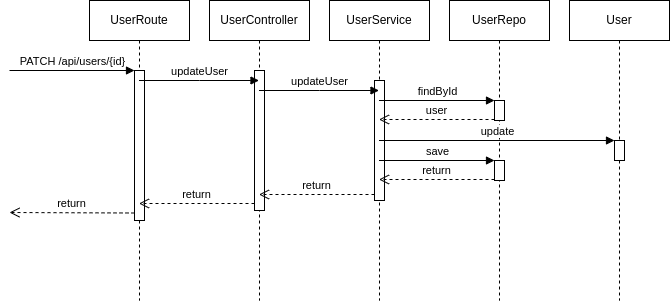
rpeir/LAPR5 keeps this draw.io diagram as wiki/diagramas/SprintC/nivel3/ChangeUserDataNVL3_BE.png. Above is the earlier version. Source tidied: cells renumbered, new cells last; positions are measured from the earlier drawing's top-left corner, leaving out a move shared by most shapes.
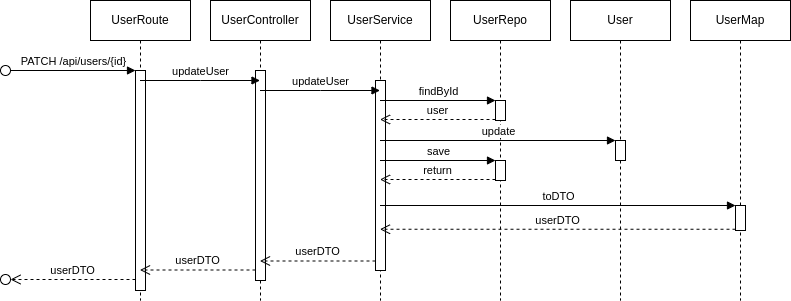
The same diagram one commit later.

What changed in the source:
```diff
@@ -1,4 +1,4 @@
-<mxGraphModel>
+<mxGraphModel background="#ffffff">
   <root>
     <mxCell id="0" />
     <mxCell id="1" parent="0" />
@@ -6,23 +6,23 @@
       <mxGeometry x="80" width="100" height="300" as="geometry" />
     </mxCell>
     <mxCell id="3" style="html=1;points=[];perimeter=orthogonalPerimeter;" parent="2" vertex="1">
-      <mxGeometry x="45" y="70" width="10" height="150" as="geometry" />
+      <mxGeometry x="45" y="70" width="10" height="220" as="geometry" />
     </mxCell>
     <mxCell id="4" value="PATCH /api/users/{id}" style="html=1;verticalAlign=bottom;endArrow=block;entryX=0;entryY=0;rounded=0;" parent="2" edge="1" target="3">
       <mxGeometry relative="1" as="geometry">
         <mxPoint x="-80" y="70" as="sourcePoint" />
       </mxGeometry>
     </mxCell>
-    <mxCell id="5" value="return" style="html=1;verticalAlign=bottom;endArrow=open;dashed=1;endSize=8;exitX=0;exitY=0.95;rounded=0;" parent="2" edge="1" source="3">
+    <mxCell id="5" value="userDTO" style="html=1;verticalAlign=bottom;endArrow=open;dashed=1;endSize=8;exitX=0;exitY=0.95;rounded=0;" parent="2" edge="1" source="3">
       <mxGeometry relative="1" as="geometry">
-        <mxPoint x="-80" y="212" as="targetPoint" />
+        <mxPoint x="-80" y="279" as="targetPoint" />
       </mxGeometry>
     </mxCell>
     <mxCell id="6" value="UserController" style="shape=umlLifeline;perimeter=lifelinePerimeter;whiteSpace=wrap;html=1;outlineConnect=0;" parent="1" vertex="1">
       <mxGeometry x="200" width="100" height="300" as="geometry" />
     </mxCell>
     <mxCell id="7" style="html=1;points=[];perimeter=orthogonalPerimeter;" parent="6" vertex="1">
-      <mxGeometry x="45" y="70" width="10" height="140" as="geometry" />
+      <mxGeometry x="45" y="70" width="10" height="210" as="geometry" />
     </mxCell>
     <mxCell id="8" value="updateUser" style="html=1;verticalAlign=bottom;endArrow=block;rounded=0;" parent="1" edge="1" source="2" target="6">
       <mxGeometry relative="1" as="geometry">
@@ -31,14 +31,14 @@
         </Array>
       </mxGeometry>
     </mxCell>
-    <mxCell id="9" value="return" style="html=1;verticalAlign=bottom;endArrow=open;dashed=1;endSize=8;exitX=0;exitY=0.95;rounded=0;" parent="1" edge="1" source="7" target="2">
+    <mxCell id="9" value="userDTO" style="html=1;verticalAlign=bottom;endArrow=open;dashed=1;endSize=8;exitX=0;exitY=0.95;rounded=0;" parent="1" edge="1" source="7" target="2">
       <mxGeometry relative="1" as="geometry" />
     </mxCell>
     <mxCell id="10" value="UserService" style="shape=umlLifeline;perimeter=lifelinePerimeter;whiteSpace=wrap;html=1;outlineConnect=0;" parent="1" vertex="1">
       <mxGeometry x="320" width="100" height="300" as="geometry" />
     </mxCell>
     <mxCell id="11" style="html=1;points=[];perimeter=orthogonalPerimeter;" parent="10" vertex="1">
-      <mxGeometry x="45" y="80" width="10" height="120" as="geometry" />
+      <mxGeometry x="45" y="80" width="10" height="190" as="geometry" />
     </mxCell>
     <mxCell id="12" value="updateUser" style="html=1;verticalAlign=bottom;endArrow=block;rounded=0;" parent="1" edge="1" source="6" target="10">
       <mxGeometry relative="1" as="geometry">
@@ -47,7 +47,7 @@
         </Array>
       </mxGeometry>
     </mxCell>
-    <mxCell id="13" value="return" style="html=1;verticalAlign=bottom;endArrow=open;dashed=1;endSize=8;exitX=0;exitY=0.95;rounded=0;" parent="1" edge="1" source="11" target="6">
+    <mxCell id="13" value="userDTO" style="html=1;verticalAlign=bottom;endArrow=open;dashed=1;endSize=8;exitX=0;exitY=0.95;rounded=0;" parent="1" edge="1" source="11" target="6">
       <mxGeometry relative="1" as="geometry" />
     </mxCell>
     <mxCell id="14" value="UserRepo" style="shape=umlLifeline;perimeter=lifelinePerimeter;whiteSpace=wrap;html=1;" parent="1" vertex="1">
@@ -80,5 +80,23 @@
     <mxCell id="23" value="return" style="html=1;verticalAlign=bottom;endArrow=open;dashed=1;endSize=8;exitX=0;exitY=0.95;rounded=0;" parent="1" edge="1" source="16" target="10">
       <mxGeometry relative="1" as="geometry" />
     </mxCell>
+    <mxCell id="24" style="ellipse;whiteSpace=wrap;html=1;" parent="1" vertex="1">
+      <mxGeometry x="-10" y="274" width="10" height="10" as="geometry" />
+    </mxCell>
+    <mxCell id="25" style="ellipse;whiteSpace=wrap;html=1;" parent="1" vertex="1">
+      <mxGeometry x="-10" y="65" width="10" height="10" as="geometry" />
+    </mxCell>
+    <mxCell id="26" value="UserMap" style="shape=umlLifeline;perimeter=lifelinePerimeter;whiteSpace=wrap;html=1;" parent="1" vertex="1">
+      <mxGeometry x="680" width="100" height="300" as="geometry" />
+    </mxCell>
+    <mxCell id="27" style="html=1;points=[];perimeter=orthogonalPerimeter;" parent="26" vertex="1">
+      <mxGeometry x="45" y="205" width="10" height="25" as="geometry" />
+    </mxCell>
+    <mxCell id="28" value="toDTO" style="html=1;verticalAlign=bottom;endArrow=block;entryX=0;entryY=0;rounded=0;" parent="1" edge="1" source="10" target="27">
+      <mxGeometry relative="1" as="geometry" />
+    </mxCell>
+    <mxCell id="29" value="userDTO" style="html=1;verticalAlign=bottom;endArrow=open;dashed=1;endSize=8;exitX=0;exitY=0.95;rounded=0;" parent="1" edge="1" source="27" target="10">
+      <mxGeometry relative="1" as="geometry" />
+    </mxCell>
   </root>
 </mxGraphModel>
```
